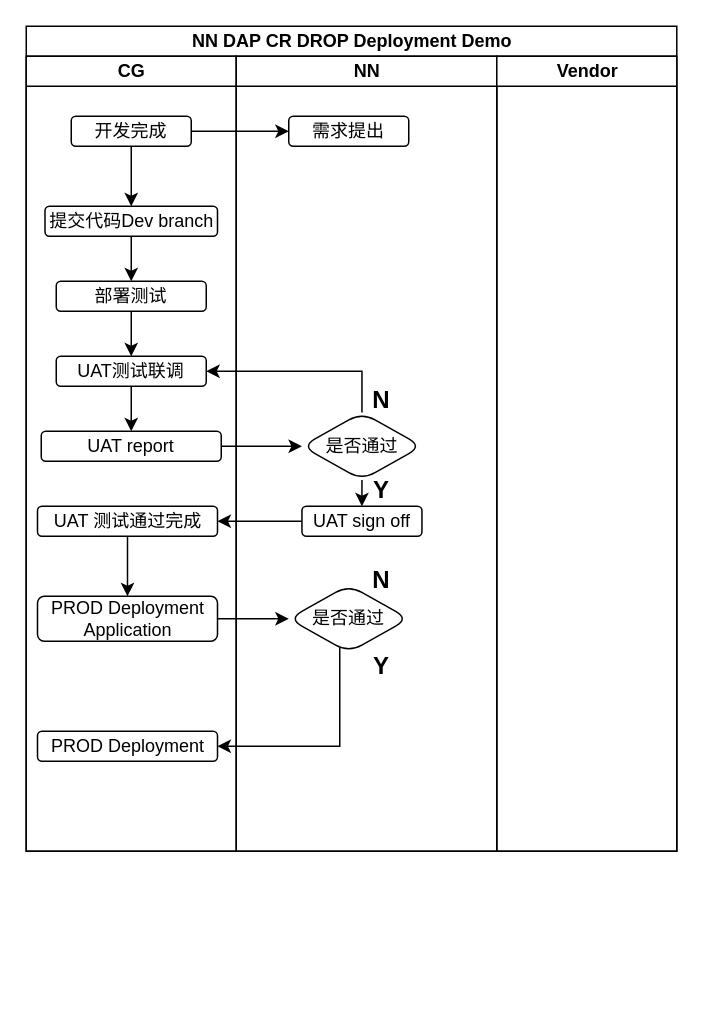
The draw.io diagram page "Page-6" (6 of 6) of TH_CLS_Diagram.drawio in highzheng/Arhi_Diagrams, before the edit. Source tidied: cells renumbered, new cells numbered last; positions are measured from the earlier drawing's top-left corner, leaving out a move shared by most shapes. Both pictures are drawn from the tidied source at 150%, with x=0, y=0 at pixel (26, 26).
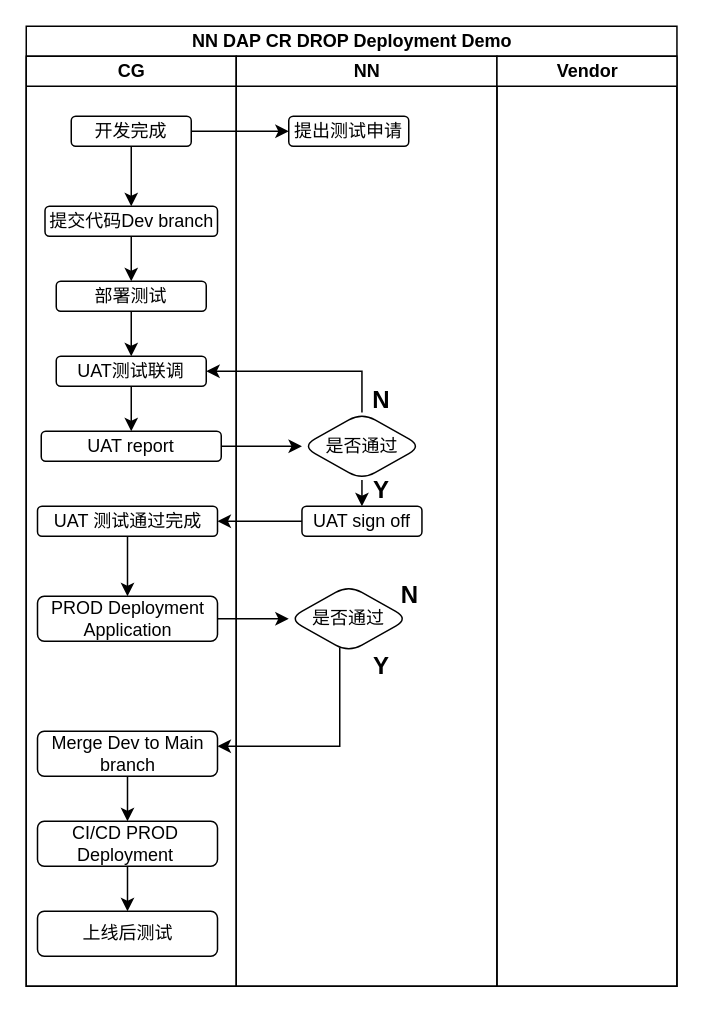
The same page after the edit.

The edit, as a diff of the source:
```diff
@@
     <mxCell id="2" value="NN DAP CR DROP Deployment Demo" style="swimlane;startSize=20;html=1;" parent="1" vertex="1">
-      <mxGeometry width="433.7" height="550" as="geometry" />
+      <mxGeometry width="433.8" height="640" as="geometry" />
     </mxCell>
     <mxCell id="3" value="CG" style="swimlane;startSize=20;html=1;" parent="2" vertex="1">
-      <mxGeometry y="20" width="140" height="530" as="geometry" />
+      <mxGeometry y="20" width="140" height="620" as="geometry" />
     </mxCell>
@@
+    <mxCell id="34" style="edgeStyle=orthogonalEdgeStyle;rounded=0;jettySize=auto;html=1;entryX=0.5;entryY=0;entryDx=0;entryDy=0;" parent="3" edge="1" source="16" target="36">
+      <mxGeometry relative="1" as="geometry" />
+    </mxCell>
-    <mxCell id="16" value="PROD Deployment" style="whiteSpace=wrap;html=1;rounded=1;" parent="3" vertex="1">
-      <mxGeometry x="7.5" y="450" width="120" height="20" as="geometry" />
+    <mxCell id="16" value="Merge Dev to Main branch" style="whiteSpace=wrap;html=1;rounded=1;" parent="3" vertex="1">
+      <mxGeometry x="7.5" y="450" width="120" height="30" as="geometry" />
     </mxCell>
+    <mxCell id="35" style="edgeStyle=orthogonalEdgeStyle;rounded=0;jettySize=auto;html=1;exitX=0.5;exitY=1;exitDx=0;exitDy=0;entryX=0.5;entryY=0;entryDx=0;entryDy=0;" parent="3" edge="1" source="36" target="37">
+      <mxGeometry relative="1" as="geometry" />
+    </mxCell>
+    <mxCell id="36" value="CI/CD PROD&amp;nbsp; Deployment&amp;nbsp;" style="whiteSpace=wrap;html=1;rounded=1;" parent="3" vertex="1">
+      <mxGeometry x="7.5" y="510" width="120" height="30" as="geometry" />
+    </mxCell>
+    <mxCell id="37" value="上线后测试" style="whiteSpace=wrap;html=1;rounded=1;" parent="3" vertex="1">
+      <mxGeometry x="7.5" y="570" width="120" height="30" as="geometry" />
+    </mxCell>
     <mxCell id="17" value="NN" style="swimlane;startSize=20;html=1;" parent="2" vertex="1">
-      <mxGeometry x="140" y="20" width="173.7" height="530" as="geometry" />
+      <mxGeometry x="140" y="20" width="173.8" height="620" as="geometry" />
     </mxCell>
-    <mxCell id="18" value="需求提出" style="rounded=1;whiteSpace=wrap;html=1;" parent="17" vertex="1">
+    <mxCell id="18" value="提出测试申请" style="rounded=1;whiteSpace=wrap;html=1;" parent="17" vertex="1">
       <mxGeometry x="35" y="40" width="80" height="20" as="geometry" />
     </mxCell>
@@
     <mxCell id="26" value="&lt;b&gt;&lt;font style=&quot;font-size: 16px;&quot;&gt;N&lt;/font&gt;&lt;/b&gt;" style="text;strokeColor=none;align=center;fillColor=none;html=1;verticalAlign=middle;whiteSpace=wrap;rounded=0;" parent="17" vertex="1">
-      <mxGeometry x="89" y="340" width="16.2" height="17.5" as="geometry" />
+      <mxGeometry x="107.5" y="350" width="16.2" height="17.5" as="geometry" />
     </mxCell>
     <mxCell id="27" value="Vendor" style="swimlane;startSize=20;html=1;" parent="2" vertex="1">
-      <mxGeometry x="313.7" y="20" width="120" height="530" as="geometry" />
+      <mxGeometry x="313.8" y="20" width="120" height="620" as="geometry" />
     </mxCell>
```
